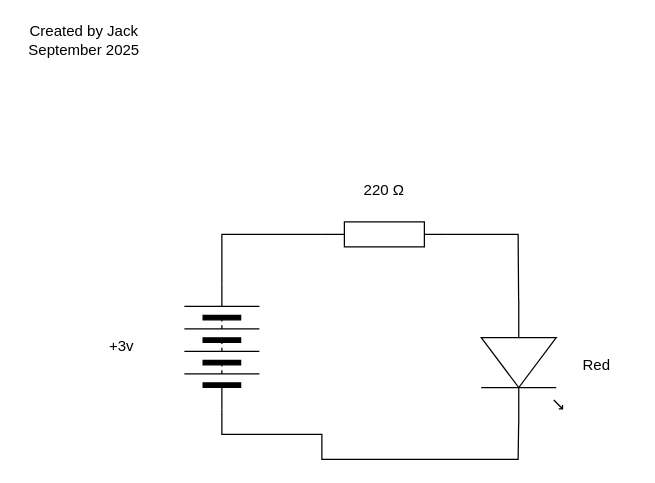
Earlier version of the draw.io diagram single_led.drawio (jack-mcnulty/TEJ2O-1-Unit5-03). Source tidied: cells renumbered, new cells numbered last; positions are measured from the earlier drawing's top-left corner, leaving out a move shared by most shapes. Both pictures are drawn from the tidied source at 125%, with x=0, y=0 at pixel (21, 21).
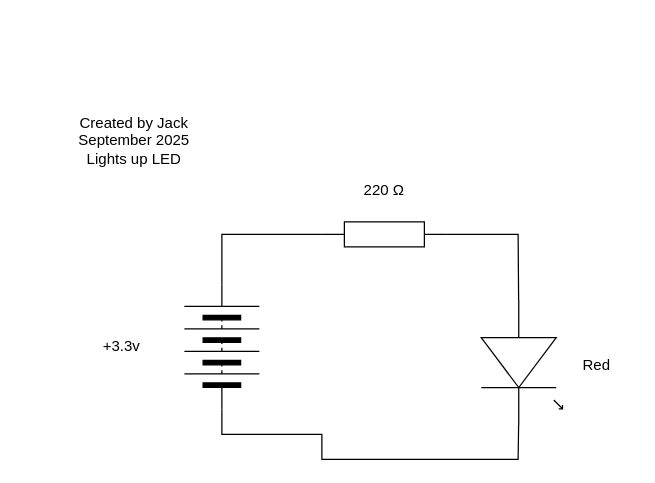
The same diagram, later.

Change to the diagram source:
```diff
@@
 <mxGraphModel>
   <root>
     <mxCell id="0" />
     <mxCell id="1" parent="0" />
     <mxCell id="2" style="verticalLabelPosition=bottom;shadow=0;dashed=0;align=center;html=1;verticalAlign=top;shape=mxgraph.electrical.miscellaneous.batteryStack;rotation=-90;" parent="1" vertex="1">
       <mxGeometry x="110" y="230" width="100" height="60" as="geometry" />
     </mxCell>
     <mxCell id="3" style="verticalLabelPosition=bottom;shadow=0;dashed=0;align=center;html=1;verticalAlign=top;shape=mxgraph.electrical.resistors.resistor_1;" parent="1" vertex="1">
       <mxGeometry x="240" y="160" width="100" height="20" as="geometry" />
     </mxCell>
     <mxCell id="4" style="verticalLabelPosition=bottom;shadow=0;dashed=0;align=center;html=1;verticalAlign=top;shape=mxgraph.electrical.opto_electronics.led_1;rotation=90;" parent="1" vertex="1">
       <mxGeometry x="350" y="240" width="100" height="65" as="geometry" />
     </mxCell>
     <mxCell id="5" style="edgeStyle=none;html=1;exitX=1;exitY=0.5;exitDx=0;exitDy=0;exitPerimeter=0;entryX=0;entryY=0.54;entryDx=0;entryDy=0;entryPerimeter=0;rounded=0;curved=0;endArrow=none;endFill=0;" parent="1" edge="1" source="3" target="4">
       <mxGeometry relative="1" as="geometry">
         <Array as="points">
           <mxPoint x="397" y="170" />
         </Array>
       </mxGeometry>
     </mxCell>
     <mxCell id="6" style="edgeStyle=none;html=1;exitX=1;exitY=0.5;exitDx=0;exitDy=0;entryX=0;entryY=0.5;entryDx=0;entryDy=0;entryPerimeter=0;rounded=0;curved=0;endArrow=none;endFill=0;" parent="1" edge="1" source="2" target="3">
       <mxGeometry relative="1" as="geometry">
         <Array as="points">
           <mxPoint x="160" y="170" />
         </Array>
       </mxGeometry>
     </mxCell>
     <mxCell id="7" style="edgeStyle=none;html=1;exitX=0;exitY=0.5;exitDx=0;exitDy=0;entryX=1;entryY=0.54;entryDx=0;entryDy=0;entryPerimeter=0;rounded=0;curved=0;endArrow=none;endFill=0;" parent="1" edge="1" source="2" target="4">
       <mxGeometry relative="1" as="geometry">
         <Array as="points">
           <mxPoint x="160" y="330" />
           <mxPoint x="240" y="330" />
           <mxPoint x="240" y="350" />
           <mxPoint x="320" y="350" />
           <mxPoint x="397" y="350" />
         </Array>
       </mxGeometry>
     </mxCell>
-    <mxCell id="8" value="+3v" style="text;strokeColor=none;align=center;fillColor=none;html=1;verticalAlign=middle;whiteSpace=wrap;rounded=0;" parent="1" vertex="1">
+    <mxCell id="8" value="+3.3v" style="text;strokeColor=none;align=center;fillColor=none;html=1;verticalAlign=middle;whiteSpace=wrap;rounded=0;" parent="1" vertex="1">
       <mxGeometry x="50" y="245" width="60" height="30" as="geometry" />
     </mxCell>
     <mxCell id="9" value="Red" style="text;strokeColor=none;align=center;fillColor=none;html=1;verticalAlign=middle;whiteSpace=wrap;rounded=0;" parent="1" vertex="1">
       <mxGeometry x="430" y="260" width="60" height="30" as="geometry" />
     </mxCell>
     <mxCell id="10" value="220&amp;nbsp;Ω" style="text;strokeColor=none;align=center;fillColor=none;html=1;verticalAlign=middle;whiteSpace=wrap;rounded=0;" parent="1" vertex="1">
       <mxGeometry x="260" y="120" width="60" height="30" as="geometry" />
     </mxCell>
-    <mxCell id="11" value="Created by Jack&lt;div&gt;September 2025&lt;/div&gt;" style="text;strokeColor=none;align=center;fillColor=none;html=1;verticalAlign=middle;whiteSpace=wrap;rounded=0;" parent="1" vertex="1">
-      <mxGeometry width="100" height="30" as="geometry" />
+    <mxCell id="11" value="Created by Jack&lt;div&gt;September 2025&lt;/div&gt;&lt;div&gt;Lights up LED&lt;/div&gt;" style="text;strokeColor=none;align=center;fillColor=none;html=1;verticalAlign=middle;whiteSpace=wrap;rounded=0;" parent="1" vertex="1">
+      <mxGeometry x="40" y="80" width="100" height="30" as="geometry" />
     </mxCell>
   </root>
 </mxGraphModel>
```
